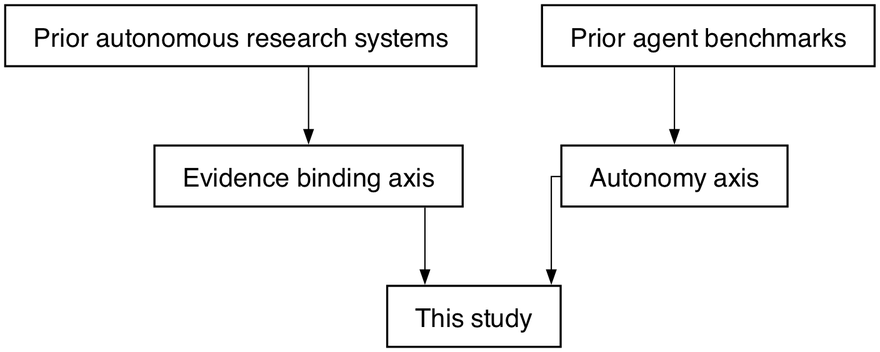
The Graphviz diagram paper/figures/rendered/fig-09.png in umyunsang/argo, before a commit. Its source is kept beside it as paper/figures/rendered/fig-09.dot.
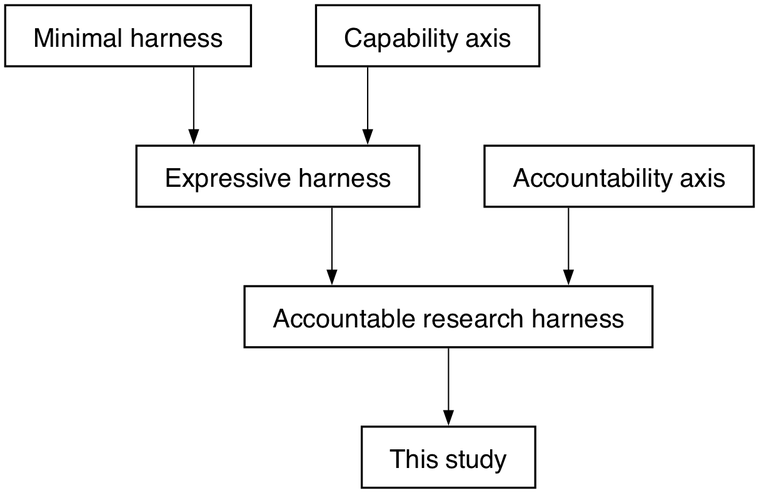
Above is the later version.

Diff of the diagram source:
```diff
@@ -5,13 +5,15 @@
   edge [color=black, fontcolor=black, arrowhead=normal, penwidth=1.0];
   splines=ortho;
   nodesep=0.70; ranksep=0.85;
-  "Autonomy axis" [label="Autonomy axis"];
-  "Evidence binding axis" [label="Evidence binding axis"];
-  "Prior agent benchmarks" [label="Prior agent benchmarks"];
-  "Prior autonomous research systems" [label="Prior autonomous research systems"];
+  "Minimal harness" [label="Minimal harness"];
+  "Expressive harness" [label="Expressive harness"];
+  "Accountable research harness" [label="Accountable research harness"];
+  "Capability axis" [label="Capability axis"];
+  "Accountability axis" [label="Accountability axis"];
   "This study" [label="This study"];
-  "Autonomy axis" -> "This study";
-  "Evidence binding axis" -> "This study";
-  "Prior agent benchmarks" -> "Autonomy axis";
-  "Prior autonomous research systems" -> "Evidence binding axis";
+  "Minimal harness" -> "Expressive harness";
+  "Expressive harness" -> "Accountable research harness";
+  "Capability axis" -> "Expressive harness";
+  "Accountability axis" -> "Accountable research harness";
+  "Accountable research harness" -> "This study";
 }
```
